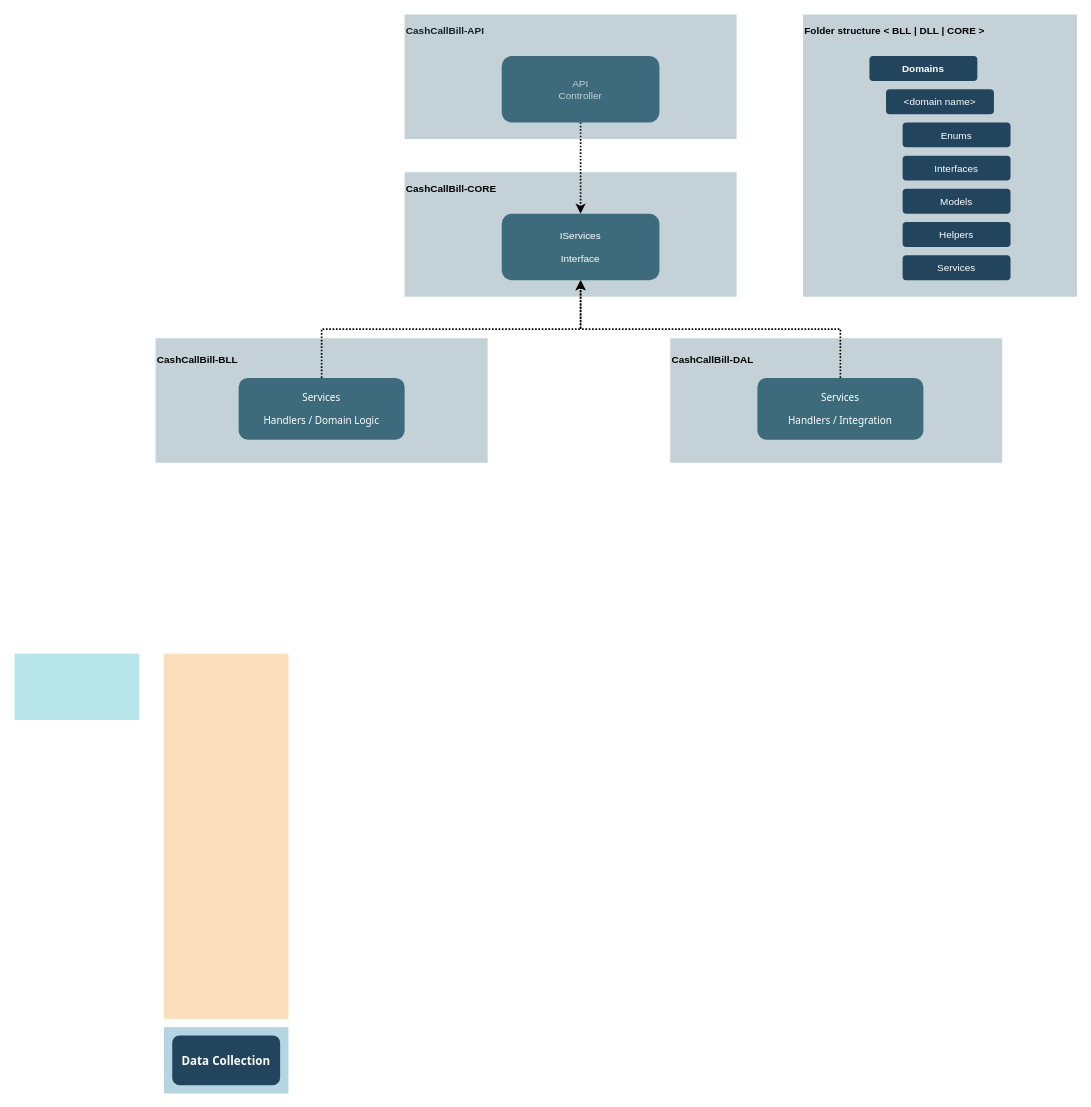
Earlier version of the draw.io diagram cc&b-architecture.drawio (danielfiskvik/Misc). Source tidied: cells renumbered, new cells numbered last; positions are measured from the earlier drawing's top-left corner, leaving out a move shared by most shapes. Both pictures are drawn from the tidied source at 83%, with x=0, y=0 at pixel (14, 14).
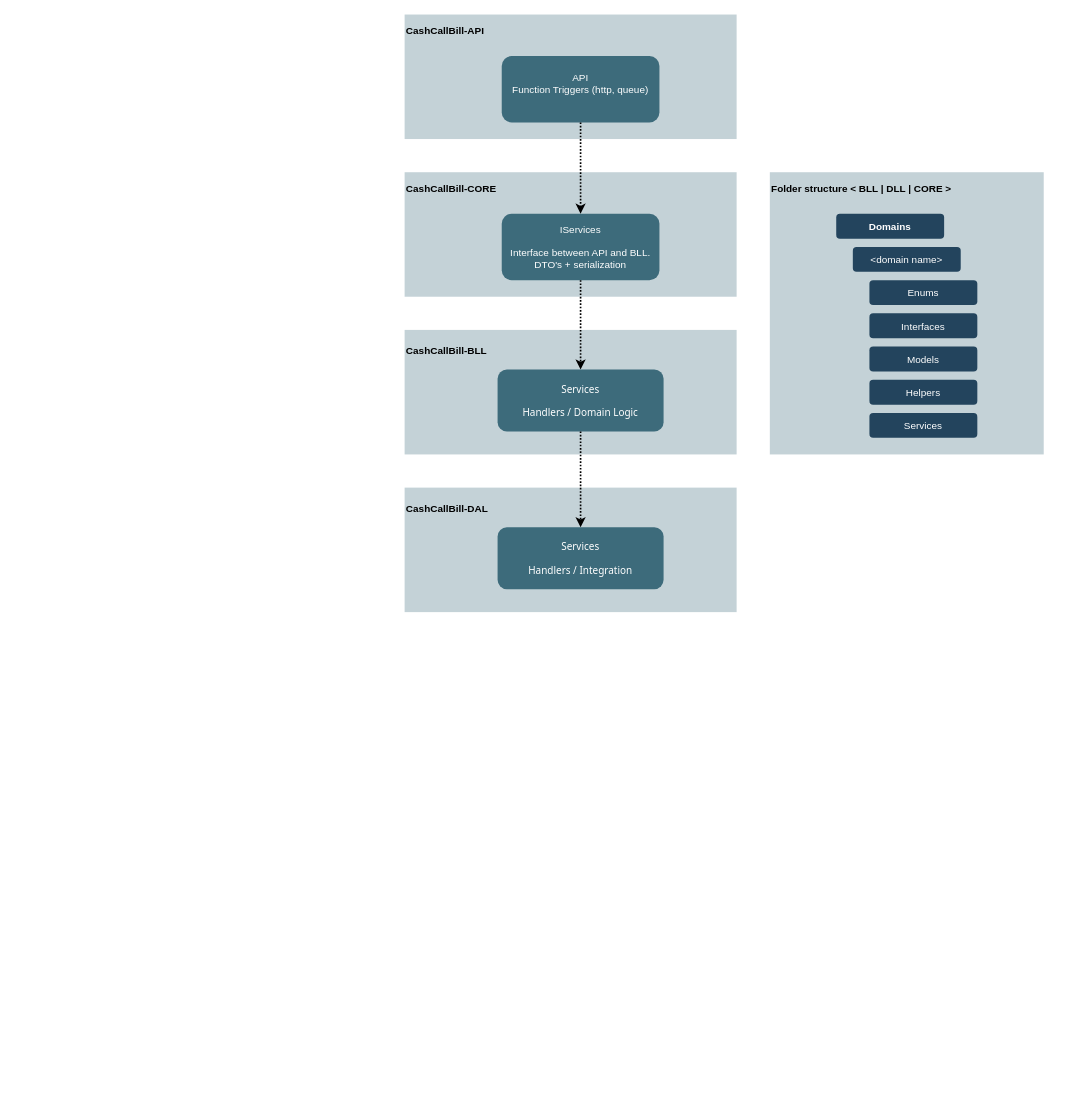
Above is the later version.

Diff of the diagram source:
```diff
@@
+    <mxCell id="20" style="opacity=30;fillColor=#3D6B7B;strokeColor=none;" parent="1" vertex="1">
+      <mxGeometry x="470" width="400" height="150" as="geometry" />
+    </mxCell>
     <mxCell id="2" style="strokeColor=none;opacity=30;fillColor=#3D6B7B;" parent="1" vertex="1">
-      <mxGeometry x="790" y="390" width="400" height="150" as="geometry" />
+      <mxGeometry x="470" y="570" width="400" height="150" as="geometry" />
     </mxCell>
-    <mxCell id="3" style="fillColor=#F2931E;strokeColor=none;opacity=30;" parent="1" vertex="1">
-      <mxGeometry x="180" y="770" width="150" height="440" as="geometry" />
-    </mxCell>
@@
-    <mxCell id="5" style="fillColor=#10739E;strokeColor=none;opacity=30;" parent="1" vertex="1">
-      <mxGeometry x="180" y="1220" width="150" height="80" as="geometry" />
-    </mxCell>
-    <mxCell id="6" style="fillColor=#12AAB5;strokeColor=none;opacity=30;" parent="1" vertex="1">
-      <mxGeometry y="770" width="150" height="80" as="geometry" />
-    </mxCell>
-    <mxCell id="7" value="API&#10;Controller" style="rounded=1;gradientColor=none;fontColor=#FFFFFF;fontStyle=0;fontFamily=Helvetica;fontSize=12;fillColor=#3D6B7B;horizontal=1;spacingTop=0;spacing=2;strokeWidth=1;strokeColor=none;" parent="1" vertex="1">
+    <mxCell id="7" value="API&#10;Function Triggers (http, queue)&#10;" style="rounded=1;gradientColor=none;fontColor=#FFFFFF;fontStyle=0;fontFamily=Helvetica;fontSize=12;fillColor=#3D6B7B;horizontal=1;spacingTop=0;spacing=2;strokeWidth=1;strokeColor=none;" parent="1" vertex="1">
       <mxGeometry x="587" y="50" width="190" height="80" as="geometry" />
     </mxCell>
-    <mxCell id="8" value="IServices&#10;&#10;Interface" style="rounded=1;gradientColor=none;strokeColor=none;fontColor=#FFFFFF;fontStyle=0;fontFamily=Helvetica;fontSize=12;fillColor=#3D6B7B;" parent="1" vertex="1">
+    <mxCell id="8" value="IServices&#10;&#10;Interface between API and BLL.&#10;DTO's + serialization" style="rounded=1;gradientColor=none;strokeColor=none;fontColor=#FFFFFF;fontStyle=0;fontFamily=Helvetica;fontSize=12;fillColor=#3D6B7B;" parent="1" vertex="1">
       <mxGeometry x="587" y="240" width="190" height="80" as="geometry" />
     </mxCell>
-    <mxCell id="9" value="Data Collection" style="rounded=1;fillColor=#23445D;gradientColor=none;strokeColor=none;fontColor=#FFFFFF;fontStyle=1;fontFamily=Tahoma;fontSize=14;" parent="1" vertex="1">
-      <mxGeometry x="190" y="1230" width="130" height="60" as="geometry" />
-    </mxCell>
@@
     <mxCell id="13" style="strokeColor=none;opacity=30;fillColor=#3D6B7B;" parent="1" vertex="1">
-      <mxGeometry x="170" y="390" width="400" height="150" as="geometry" />
+      <mxGeometry x="470" y="380" width="400" height="150" as="geometry" />
     </mxCell>
     <mxCell id="14" value="CashCallBill-BLL" style="text;html=1;strokeColor=none;fillColor=none;align=left;verticalAlign=middle;whiteSpace=wrap;rounded=0;fontFamily=Helvetica;fontSize=12;fontStyle=1;" parent="1" vertex="1">
-      <mxGeometry x="170" y="405.5" width="120" height="20" as="geometry" />
+      <mxGeometry x="470" y="395.5" width="120" height="20" as="geometry" />
     </mxCell>
     <mxCell id="15" value="Services&#10;&#10;Handlers / Domain Logic" style="rounded=1;gradientColor=none;strokeColor=none;fontColor=#FFFFFF;fontStyle=0;fontFamily=Tahoma;fontSize=12;fillColor=#3D6B7B;" parent="1" vertex="1">
-      <mxGeometry x="270" y="437.8" width="200" height="74.5" as="geometry" />
+      <mxGeometry x="582" y="427.8" width="200" height="74.5" as="geometry" />
     </mxCell>
-    <mxCell id="16" style="edgeStyle=elbowEdgeStyle;elbow=vertical;strokeWidth=2;rounded=0;dashed=1;dashPattern=1 1;exitX=0.5;exitY=0;exitDx=0;exitDy=0;entryX=0.5;entryY=1;entryDx=0;entryDy=0;" parent="1" edge="1" source="15" target="8">
+    <mxCell id="16" style="edgeStyle=elbowEdgeStyle;elbow=vertical;strokeWidth=2;rounded=0;dashed=1;dashPattern=1 1;entryX=0.5;entryY=0;entryDx=0;entryDy=0;" parent="1" edge="1" source="8" target="15">
       <mxGeometry x="357" y="235.5" as="geometry" />
     </mxCell>
     <mxCell id="17" value="CashCallBill-DAL" style="text;html=1;strokeColor=none;fillColor=none;align=left;verticalAlign=middle;whiteSpace=wrap;rounded=0;fontFamily=Helvetica;fontSize=12;fontStyle=1;" parent="1" vertex="1">
-      <mxGeometry x="790" y="405.5" width="120" height="20" as="geometry" />
+      <mxGeometry x="470" y="585.5" width="120" height="20" as="geometry" />
     </mxCell>
     <mxCell id="18" value="Services&#10;&#10;Handlers / Integration" style="rounded=1;gradientColor=none;strokeColor=none;fontColor=#FFFFFF;fontStyle=0;fontFamily=Tahoma;fontSize=12;fillColor=#3D6B7B;" parent="1" vertex="1">
-      <mxGeometry x="895" y="437.8" width="200" height="74.5" as="geometry" />
+      <mxGeometry x="582" y="617.8" width="200" height="74.5" as="geometry" />
     </mxCell>
-    <mxCell id="19" style="edgeStyle=elbowEdgeStyle;elbow=vertical;strokeWidth=2;rounded=0;dashed=1;dashPattern=1 1;exitX=0.5;exitY=0;exitDx=0;exitDy=0;entryX=0.5;entryY=1;entryDx=0;entryDy=0;" parent="1" edge="1" source="18" target="8">
-      <mxGeometry x="367" y="245.5" as="geometry" />
+    <mxCell id="19" style="edgeStyle=elbowEdgeStyle;elbow=vertical;strokeWidth=2;rounded=0;dashed=1;dashPattern=1 1;entryX=0.5;entryY=0;entryDx=0;entryDy=0;exitX=0.5;exitY=1;exitDx=0;exitDy=0;" parent="1" edge="1" source="15" target="18">
+      <mxGeometry x="107" y="475.5" as="geometry" />
     </mxCell>
-    <mxCell id="20" style="opacity=30;fillColor=#3D6B7B;strokeColor=none;" parent="1" vertex="1">
-      <mxGeometry x="470" width="400" height="150" as="geometry" />
-    </mxCell>
     <mxCell id="21" style="opacity=30;fillColor=#3D6B7B;strokeColor=none;" parent="1" vertex="1">
-      <mxGeometry x="950" width="330" height="340" as="geometry" />
+      <mxGeometry x="910" y="190" width="330" height="340" as="geometry" />
     </mxCell>
     <mxCell id="22" value="Enums" style="rounded=1;gradientColor=none;strokeColor=none;fontStyle=0;fontFamily=Helvetica;fontSize=12;fillColor=#23445D;fontColor=#FFFFFF;" parent="1" vertex="1">
-      <mxGeometry x="1070" y="130" width="130" height="30" as="geometry" />
+      <mxGeometry x="1030" y="320" width="130" height="30" as="geometry" />
     </mxCell>
     <mxCell id="23" value="Interfaces" style="rounded=1;gradientColor=none;strokeColor=none;fontStyle=0;fontFamily=Helvetica;fontSize=12;fillColor=#23445D;fontColor=#FFFFFF;" parent="1" vertex="1">
-      <mxGeometry x="1070" y="170" width="130" height="30" as="geometry" />
+      <mxGeometry x="1030" y="360" width="130" height="30" as="geometry" />
     </mxCell>
     <mxCell id="24" value="Models" style="rounded=1;gradientColor=none;strokeColor=none;fontStyle=0;fontFamily=Helvetica;fontSize=12;fillColor=#23445D;fontColor=#FFFFFF;" parent="1" vertex="1">
-      <mxGeometry x="1070" y="210" width="130" height="30" as="geometry" />
+      <mxGeometry x="1030" y="400" width="130" height="30" as="geometry" />
     </mxCell>
     <mxCell id="25" value="Helpers" style="rounded=1;gradientColor=none;strokeColor=none;fontStyle=0;fontFamily=Helvetica;fontSize=12;fillColor=#23445D;fontColor=#FFFFFF;" parent="1" vertex="1">
-      <mxGeometry x="1070" y="250" width="130" height="30" as="geometry" />
+      <mxGeometry x="1030" y="440" width="130" height="30" as="geometry" />
     </mxCell>
     <mxCell id="26" value="Domains" style="rounded=1;gradientColor=none;strokeColor=none;fontStyle=1;fontFamily=Helvetica;fontSize=12;fillColor=#23445D;fontColor=#FFFFFF;" parent="1" vertex="1">
-      <mxGeometry x="1030" y="50" width="130" height="30" as="geometry" />
+      <mxGeometry x="990" y="240" width="130" height="30" as="geometry" />
     </mxCell>
     <mxCell id="27" value="&lt;domain name&gt;" style="rounded=1;gradientColor=none;strokeColor=none;fontStyle=0;fontFamily=Helvetica;fontSize=12;fillColor=#23445D;fontColor=#FFFFFF;" parent="1" vertex="1">
-      <mxGeometry x="1050" y="90" width="130" height="30" as="geometry" />
+      <mxGeometry x="1010" y="280" width="130" height="30" as="geometry" />
     </mxCell>
     <mxCell id="28" value="Services" style="rounded=1;gradientColor=none;strokeColor=none;fontStyle=0;fontFamily=Helvetica;fontSize=12;fillColor=#23445D;fontColor=#FFFFFF;" parent="1" vertex="1">
-      <mxGeometry x="1070" y="290" width="130" height="30" as="geometry" />
+      <mxGeometry x="1030" y="480" width="130" height="30" as="geometry" />
     </mxCell>
     <mxCell id="29" value="Folder structure &amp;lt; BLL | DLL | CORE &amp;gt;" style="text;html=1;strokeColor=none;fillColor=none;align=left;verticalAlign=middle;whiteSpace=wrap;rounded=0;fontFamily=Helvetica;fontSize=12;fontStyle=1;" parent="1" vertex="1">
-      <mxGeometry x="950" y="10" width="230" height="20" as="geometry" />
+      <mxGeometry x="910" y="200" width="230" height="20" as="geometry" />
     </mxCell>
```
